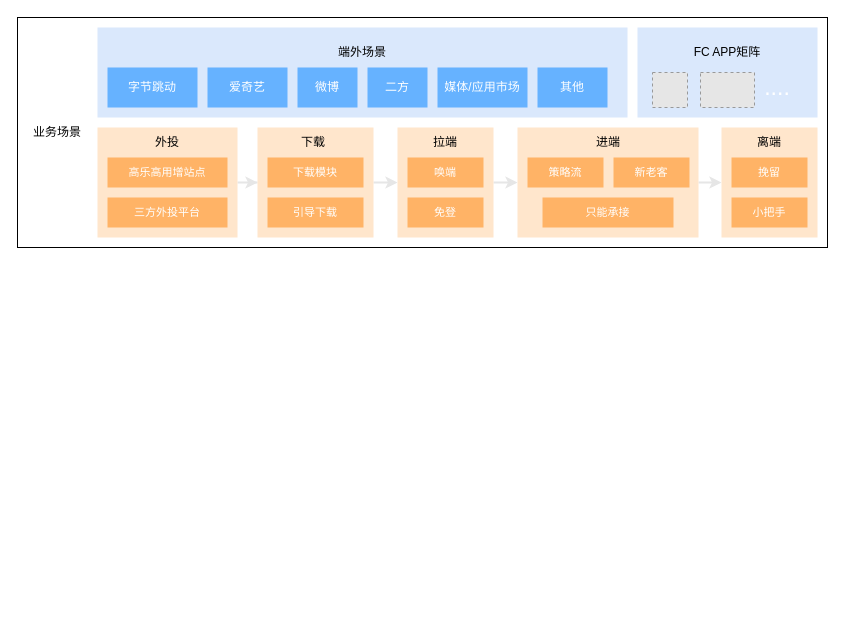
Above: Untitled Diagram.drawio in neverthanmore/blog (draw.io), before the change. Source tidied: cells renumbered, new cells numbered last; positions are measured from the earlier drawing's top-left corner, leaving out a move shared by most shapes. Both pictures are drawn from the tidied source at 100%, with x=0, y=0 at pixel (17, 17). Pictures stored in the file or linked from it are replaced by grey dashed boxes.
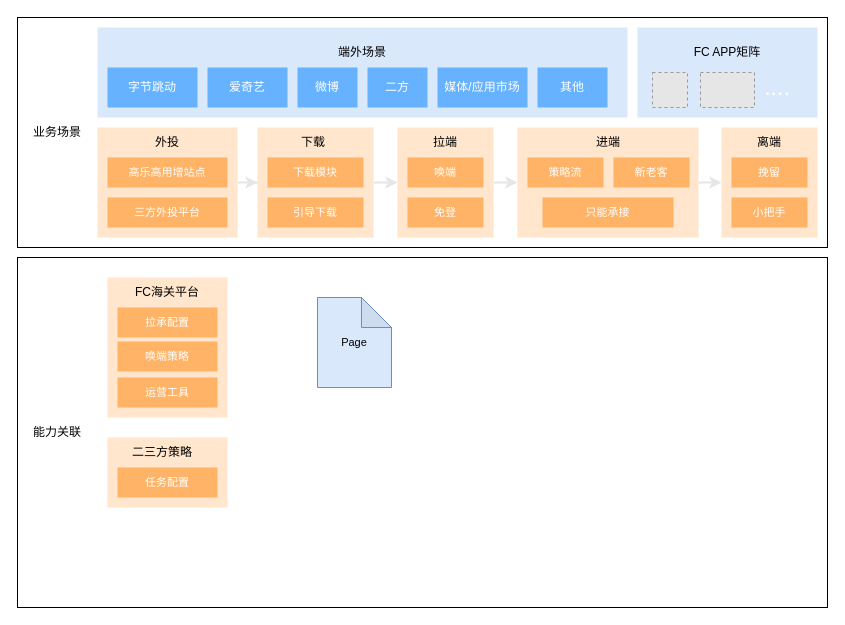
The same page after the edit.

Diff of the diagram source:
```diff
@@
+    <mxCell id="42" style="rounded=0;whiteSpace=wrap;html=1;strokeColor=default;" parent="1" vertex="1">
+      <mxGeometry y="240" width="810" height="350" as="geometry" />
+    </mxCell>
+    <mxCell id="43" value="能力关联" style="text;html=1;strokeColor=none;fillColor=none;align=center;verticalAlign=middle;whiteSpace=wrap;rounded=0;" parent="1" vertex="1">
+      <mxGeometry x="10" y="400" width="60" height="30" as="geometry" />
+    </mxCell>
+    <mxCell id="44" value="Page" style="shape=note;whiteSpace=wrap;html=1;backgroundOutline=1;darkOpacity=0.05;fontSize=11;strokeColor=#6c8ebf;fillColor=#dae8fc;" parent="1" vertex="1">
+      <mxGeometry x="300" y="280" width="74" height="90" as="geometry" />
+    </mxCell>
+    <mxCell id="45" style="rounded=0;whiteSpace=wrap;html=1;fontSize=11;strokeColor=none;fillColor=#ffe6cc;" parent="1" vertex="1">
+      <mxGeometry x="90" y="260" width="120" height="140" as="geometry" />
+    </mxCell>
+    <mxCell id="46" value="FC海关平台" style="text;html=1;strokeColor=none;fillColor=none;align=center;verticalAlign=middle;whiteSpace=wrap;rounded=0;" parent="1" vertex="1">
+      <mxGeometry x="115" y="260" width="70" height="30" as="geometry" />
+    </mxCell>
+    <mxCell id="47" value="拉承配置" style="rounded=0;whiteSpace=wrap;html=1;fontSize=11;fontColor=#FFFFFF;strokeColor=none;fillColor=#FFB366;" parent="1" vertex="1">
+      <mxGeometry x="100" y="290" width="100" height="30" as="geometry" />
+    </mxCell>
+    <mxCell id="48" value="唤端策略" style="rounded=0;whiteSpace=wrap;html=1;fontSize=11;fontColor=#FFFFFF;strokeColor=none;fillColor=#FFB366;" parent="1" vertex="1">
+      <mxGeometry x="100" y="324" width="100" height="30" as="geometry" />
+    </mxCell>
+    <mxCell id="49" value="运营工具" style="rounded=0;whiteSpace=wrap;html=1;fontSize=11;fontColor=#FFFFFF;strokeColor=none;fillColor=#FFB366;" parent="1" vertex="1">
+      <mxGeometry x="100" y="360" width="100" height="30" as="geometry" />
+    </mxCell>
+    <mxCell id="50" style="rounded=0;whiteSpace=wrap;html=1;fontSize=11;strokeColor=none;fillColor=#ffe6cc;" parent="1" vertex="1">
+      <mxGeometry x="90" y="420" width="120" height="70" as="geometry" />
+    </mxCell>
+    <mxCell id="51" value="二三方策略" style="text;html=1;strokeColor=none;fillColor=none;align=center;verticalAlign=middle;whiteSpace=wrap;rounded=0;" parent="1" vertex="1">
+      <mxGeometry x="110" y="420" width="70" height="30" as="geometry" />
+    </mxCell>
+    <mxCell id="52" value="任务配置" style="rounded=0;whiteSpace=wrap;html=1;fontSize=11;fontColor=#FFFFFF;strokeColor=none;fillColor=#FFB366;" parent="1" vertex="1">
+      <mxGeometry x="100" y="450" width="100" height="30" as="geometry" />
+    </mxCell>
```
